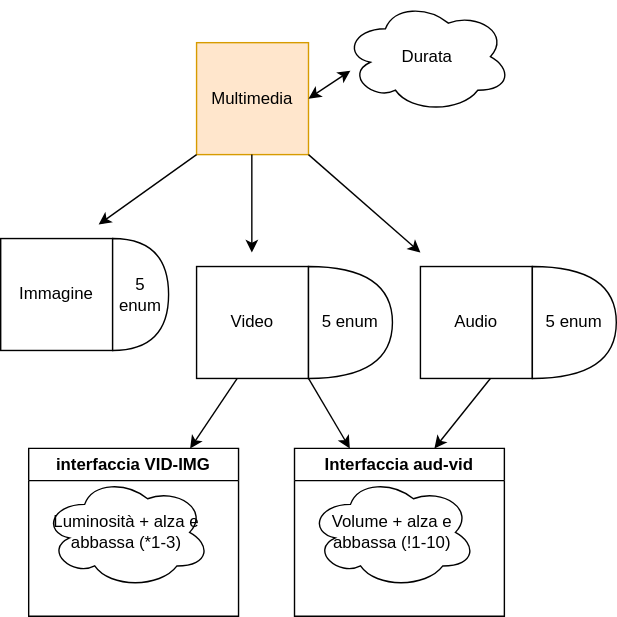
This is src/FirstTryWithFlowChart.drawio.svg from Lore1993/PlayerMultimedialeEsercitazioneJava, a draw.io export, as it was before one commit. Source tidied: cells renumbered, new cells last; positions are measured from the earlier drawing's top-left corner, leaving out a move shared by most shapes. Source of this version:
```xml
<mxGraphModel>
  <root>
    <mxCell id="0" />
    <mxCell id="1" parent="0" />
    <mxCell id="2" value="Multimedia" style="whiteSpace=wrap;html=1;fillColor=#ffe6cc;strokeColor=#d79b00;" parent="1" vertex="1">
      <mxGeometry x="140" y="30" width="80" height="80" as="geometry" />
    </mxCell>
    <mxCell id="3" style="endArrow=classic;html=1;rounded=0;" parent="1" edge="1">
      <mxGeometry relative="1" as="geometry">
        <mxPoint x="179.5" y="110" as="sourcePoint" />
        <mxPoint x="179.5" y="180" as="targetPoint" />
      </mxGeometry>
    </mxCell>
    <mxCell id="4" style="endArrow=classic;html=1;rounded=0;" parent="1" edge="1">
      <mxGeometry relative="1" as="geometry">
        <mxPoint x="140" y="110" as="sourcePoint" />
        <mxPoint x="70" y="160" as="targetPoint" />
      </mxGeometry>
    </mxCell>
    <mxCell id="5" style="endArrow=classic;html=1;rounded=0;" parent="1" edge="1">
      <mxGeometry relative="1" as="geometry">
        <mxPoint x="220" y="110" as="sourcePoint" />
        <mxPoint x="300" y="180" as="targetPoint" />
      </mxGeometry>
    </mxCell>
    <mxCell id="6" value="Immagine" style="whiteSpace=wrap;html=1;" parent="1" vertex="1">
      <mxGeometry y="170" width="80" height="80" as="geometry" />
    </mxCell>
    <mxCell id="7" value="Video" style="whiteSpace=wrap;html=1;" parent="1" vertex="1">
      <mxGeometry x="140" y="190" width="80" height="80" as="geometry" />
    </mxCell>
    <mxCell id="8" value="Audio" style="whiteSpace=wrap;html=1;" parent="1" vertex="1">
      <mxGeometry x="300" y="190" width="80" height="80" as="geometry" />
    </mxCell>
    <mxCell id="9" value="Durata" style="ellipse;shape=cloud;whiteSpace=wrap;html=1;" parent="1" vertex="1">
      <mxGeometry x="245" width="120" height="80" as="geometry" />
    </mxCell>
    <mxCell id="10" style="endArrow=classic;startArrow=classic;html=1;rounded=0;" parent="1" edge="1">
      <mxGeometry relative="1" as="geometry">
        <mxPoint x="220" y="70" as="sourcePoint" />
        <mxPoint x="250" y="50" as="targetPoint" />
      </mxGeometry>
    </mxCell>
    <mxCell id="11" style="endArrow=classic;html=1;rounded=0;" parent="1" edge="1" target="13">
      <mxGeometry relative="1" as="geometry">
        <mxPoint x="220" y="270" as="sourcePoint" />
      </mxGeometry>
    </mxCell>
    <mxCell id="12" style="endArrow=classic;html=1;rounded=0;" parent="1" edge="1">
      <mxGeometry relative="1" as="geometry">
        <mxPoint x="350" y="270" as="sourcePoint" />
        <mxPoint x="310" y="320" as="targetPoint" />
      </mxGeometry>
    </mxCell>
    <mxCell id="13" value="Interfaccia aud-vid" style="swimlane;whiteSpace=wrap;html=1;" parent="1" vertex="1">
      <mxGeometry x="210" y="320" width="150" height="120" as="geometry" />
    </mxCell>
    <mxCell id="14" value="Volume + alza e abbassa (!1-10)" style="ellipse;shape=cloud;whiteSpace=wrap;html=1;" parent="13" vertex="1">
      <mxGeometry x="10" y="20" width="120" height="80" as="geometry" />
    </mxCell>
    <mxCell id="15" style="endArrow=classic;html=1;rounded=0;" parent="1" edge="1" target="16">
      <mxGeometry relative="1" as="geometry">
        <mxPoint x="169.1" y="270" as="sourcePoint" />
      </mxGeometry>
    </mxCell>
    <mxCell id="16" value="interfaccia VID-IMG" style="swimlane;whiteSpace=wrap;html=1;" parent="1" vertex="1">
      <mxGeometry x="20" y="320" width="150" height="120" as="geometry" />
    </mxCell>
    <mxCell id="17" value="Luminosità + alza e abbassa (*1-3)" style="ellipse;shape=cloud;whiteSpace=wrap;html=1;" parent="16" vertex="1">
      <mxGeometry x="10" y="20" width="120" height="80" as="geometry" />
    </mxCell>
    <mxCell id="18" value="5 enum" style="shape=or;whiteSpace=wrap;html=1;" parent="1" vertex="1">
      <mxGeometry x="220" y="190" width="60" height="80" as="geometry" />
    </mxCell>
    <mxCell id="19" value="5 enum" style="shape=or;whiteSpace=wrap;html=1;" parent="1" vertex="1">
      <mxGeometry x="380" y="190" width="60" height="80" as="geometry" />
    </mxCell>
    <mxCell id="20" value="5 enum" style="shape=or;whiteSpace=wrap;html=1;rotation=0;" parent="1" vertex="1">
      <mxGeometry x="80" y="170" width="40" height="80" as="geometry" />
    </mxCell>
  </root>
</mxGraphModel>
```
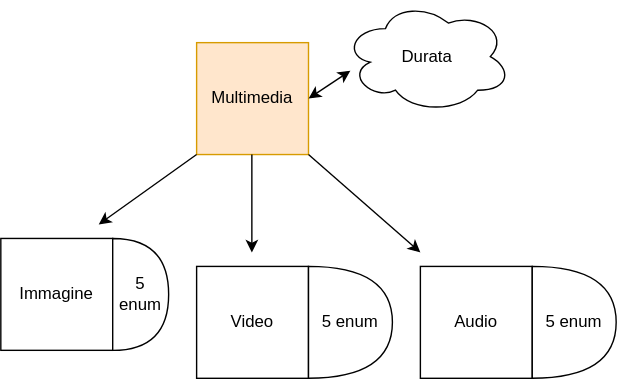
The same diagram one commit later.

The edit, as a diff of the source:
```diff
@@ -41,34 +41,6 @@
         <mxPoint x="250" y="50" as="targetPoint" />
       </mxGeometry>
     </mxCell>
-    <mxCell id="11" style="endArrow=classic;html=1;rounded=0;" parent="1" edge="1" target="13">
-      <mxGeometry relative="1" as="geometry">
-        <mxPoint x="220" y="270" as="sourcePoint" />
-      </mxGeometry>
-    </mxCell>
-    <mxCell id="12" style="endArrow=classic;html=1;rounded=0;" parent="1" edge="1">
-      <mxGeometry relative="1" as="geometry">
-        <mxPoint x="350" y="270" as="sourcePoint" />
-        <mxPoint x="310" y="320" as="targetPoint" />
-      </mxGeometry>
-    </mxCell>
-    <mxCell id="13" value="Interfaccia aud-vid" style="swimlane;whiteSpace=wrap;html=1;" parent="1" vertex="1">
-      <mxGeometry x="210" y="320" width="150" height="120" as="geometry" />
-    </mxCell>
-    <mxCell id="14" value="Volume + alza e abbassa (!1-10)" style="ellipse;shape=cloud;whiteSpace=wrap;html=1;" parent="13" vertex="1">
-      <mxGeometry x="10" y="20" width="120" height="80" as="geometry" />
-    </mxCell>
-    <mxCell id="15" style="endArrow=classic;html=1;rounded=0;" parent="1" edge="1" target="16">
-      <mxGeometry relative="1" as="geometry">
-        <mxPoint x="169.1" y="270" as="sourcePoint" />
-      </mxGeometry>
-    </mxCell>
-    <mxCell id="16" value="interfaccia VID-IMG" style="swimlane;whiteSpace=wrap;html=1;" parent="1" vertex="1">
-      <mxGeometry x="20" y="320" width="150" height="120" as="geometry" />
-    </mxCell>
-    <mxCell id="17" value="Luminosità + alza e abbassa (*1-3)" style="ellipse;shape=cloud;whiteSpace=wrap;html=1;" parent="16" vertex="1">
-      <mxGeometry x="10" y="20" width="120" height="80" as="geometry" />
-    </mxCell>
     <mxCell id="18" value="5 enum" style="shape=or;whiteSpace=wrap;html=1;" parent="1" vertex="1">
       <mxGeometry x="220" y="190" width="60" height="80" as="geometry" />
     </mxCell>
```
